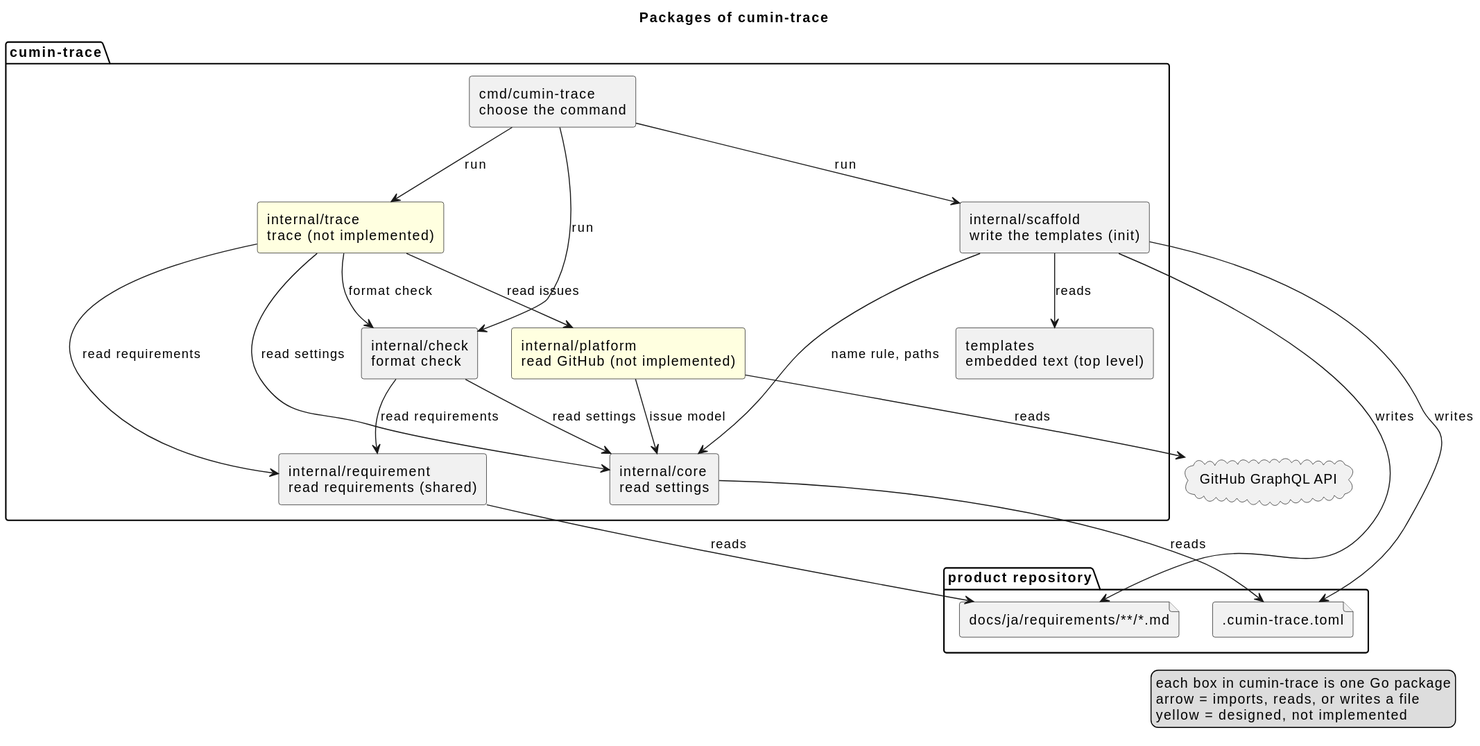
The PlantUML diagram docs/ja/architecture/overview.svg in cloveclovedev/cumin-trace, before a commit.
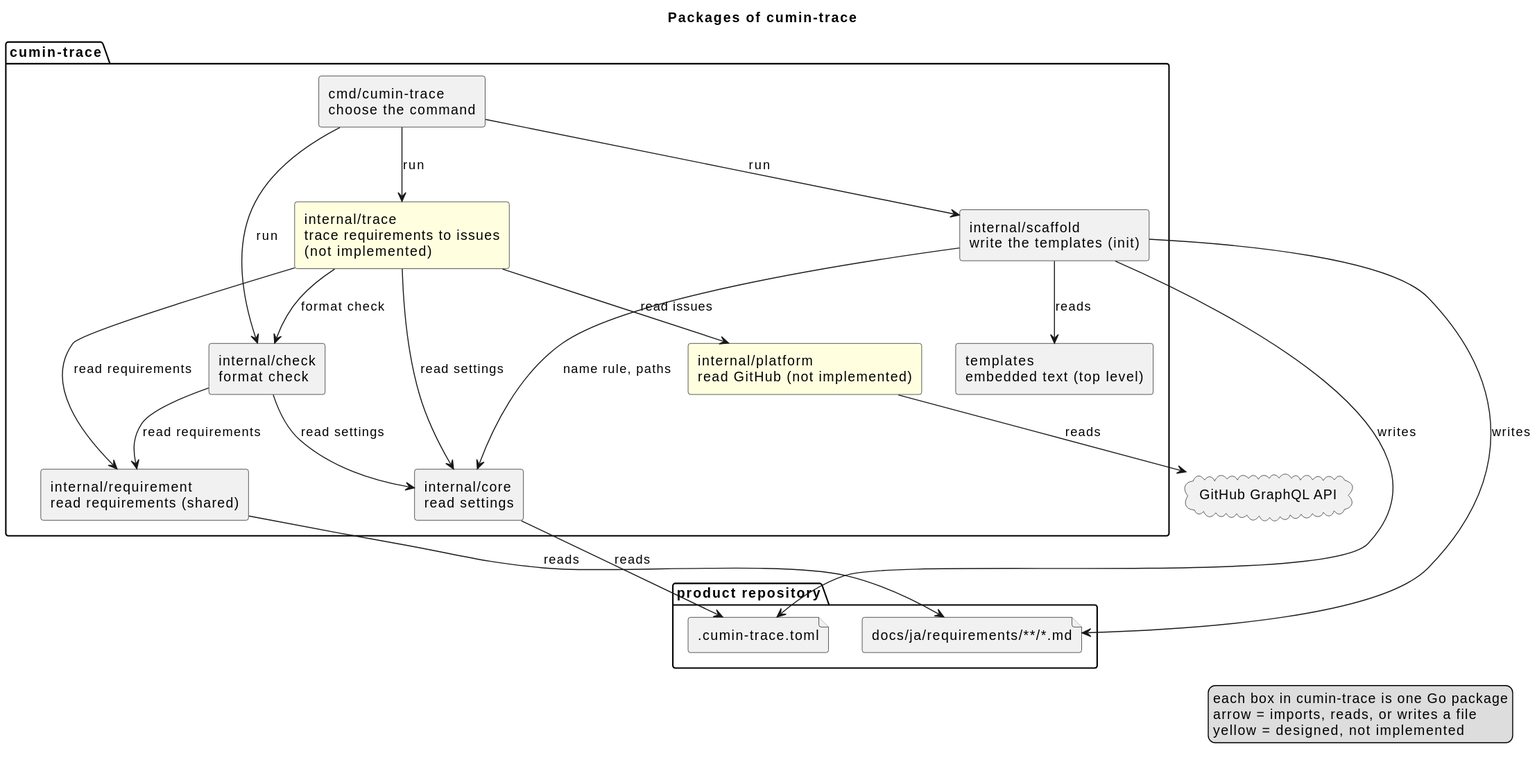
The same file after the commit.

Diff of the diagram source:
```diff
@@ -15,7 +15,7 @@
   [internal/core\nread settings] as core
   [internal/scaffold\nwrite the templates (init)] as scaffold
   [templates\nembedded text (top level)] as templates
-  [internal/trace\ntrace (not implemented)] as trace #LightYellow
+  [internal/trace\ntrace requirements to issues\n(not implemented)] as trace #LightYellow
   [internal/platform\nread GitHub (not implemented)] as platform #LightYellow
 }
 
@@ -28,7 +28,6 @@
 trace --> requirement : read requirements
 trace --> core : read settings
 trace --> platform : read issues
-platform --> core : issue model
 platform --> api : reads
 scaffold --> templates : reads
 scaffold --> core : name rule, paths
```
